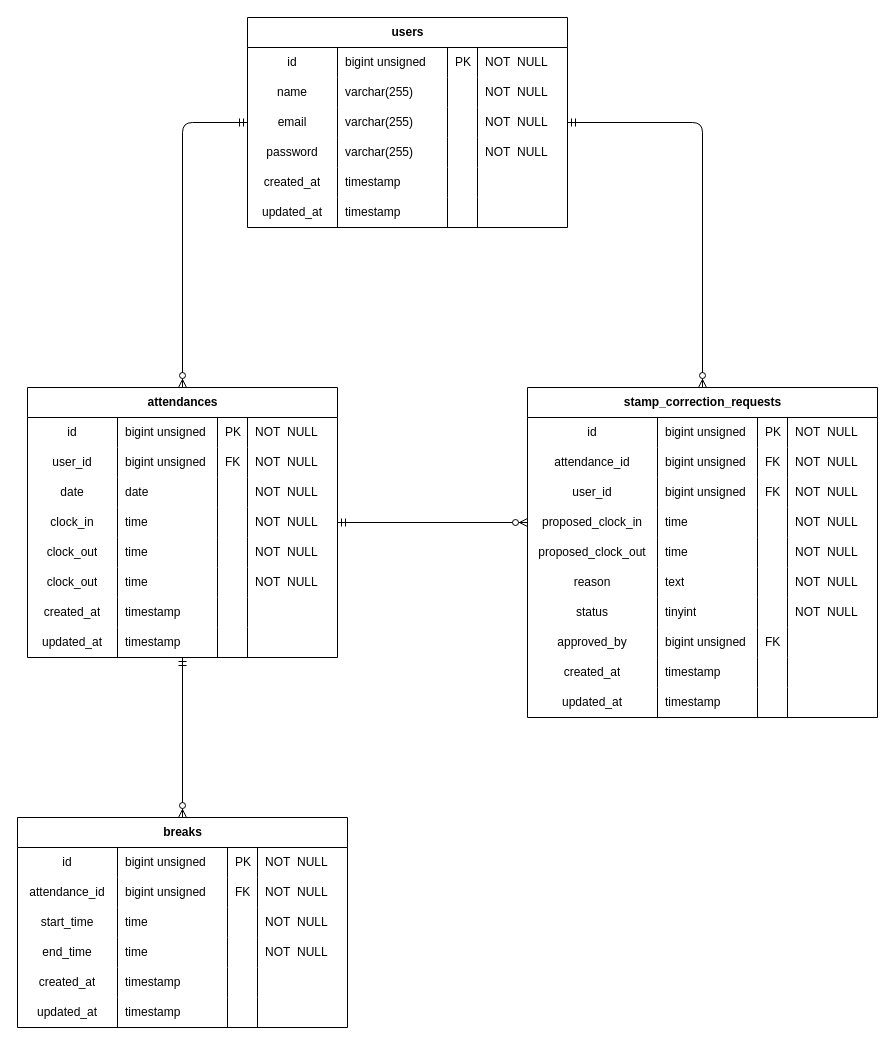
Earlier version of the draw.io diagram .drawio (hatakeyamadan/attendance-app). Source tidied: cells renumbered, new cells numbered last; positions are measured from the earlier drawing's top-left corner, leaving out a move shared by most shapes. Both pictures are drawn from the tidied source at 100%, with x=0, y=0 at pixel (17, 17).
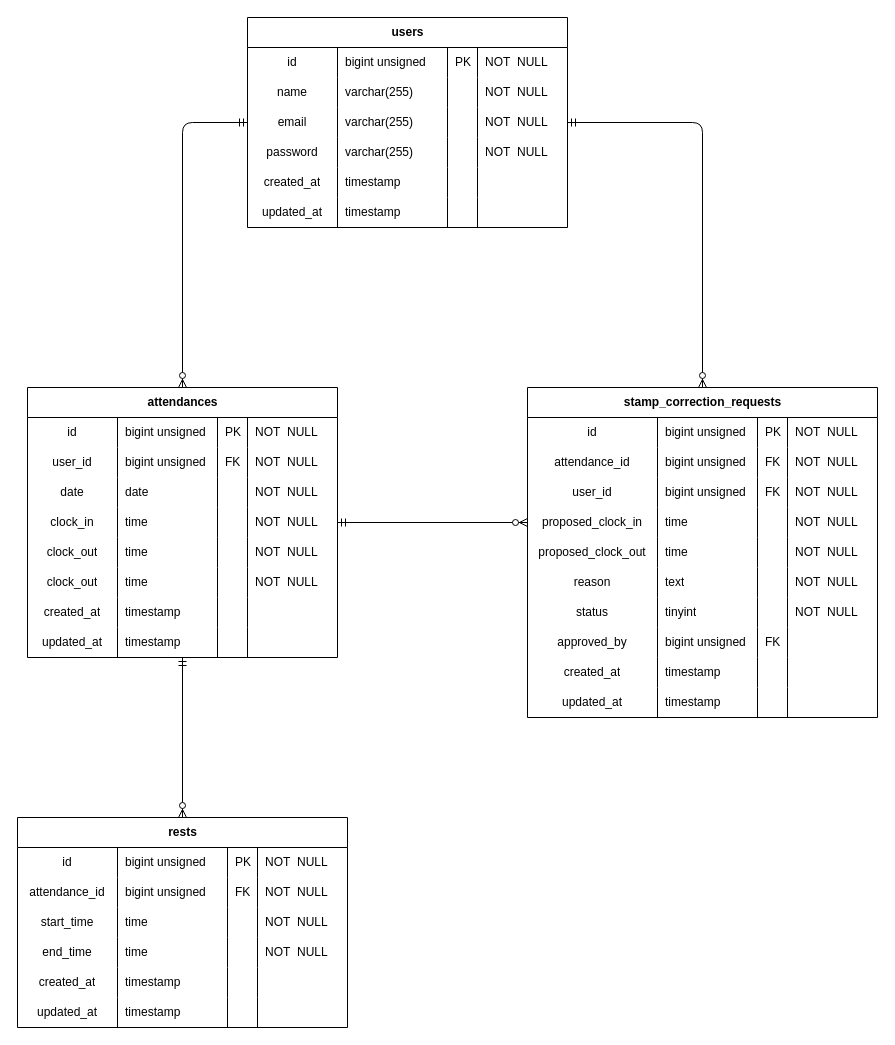
The same page after the edit.

The edit, as a diff of the source:
```diff
@@
-    <mxCell id="74" value="breaks" style="shape=table;startSize=30;childLayout=tableLayout;rowLines=0;fontStyle=1;align=center;html=1;" parent="1" vertex="1">
+    <mxCell id="74" value="rests" style="shape=table;startSize=30;childLayout=tableLayout;rowLines=0;fontStyle=1;align=center;html=1;" parent="1" vertex="1">
       <mxGeometry y="800" width="330" height="210" as="geometry" />
     </mxCell>
```
